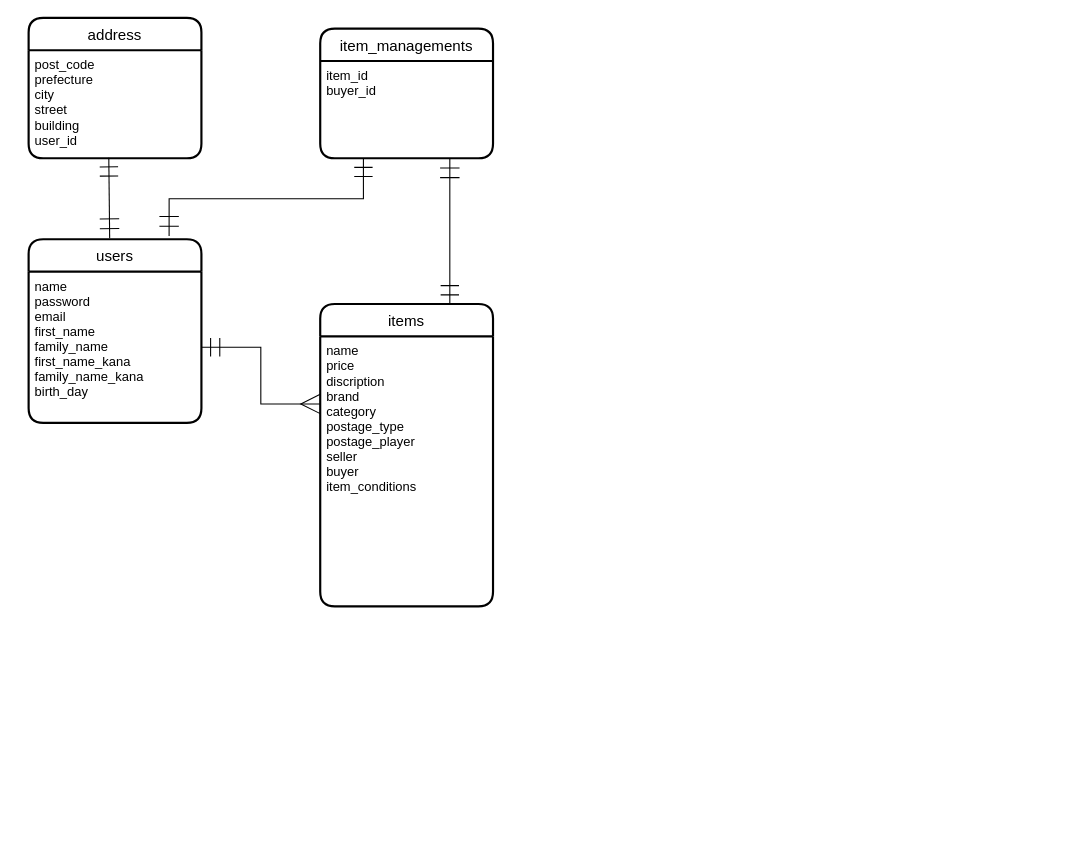
Earlier version of the draw.io diagram test.dio (hayakawanaotaka/furima-30951). Source tidied: cells renumbered, new cells numbered last; positions are measured from the earlier drawing's top-left corner, leaving out a move shared by most shapes. Both pictures are drawn from the tidied source at 108%, with x=0, y=0 at pixel (28, 17).
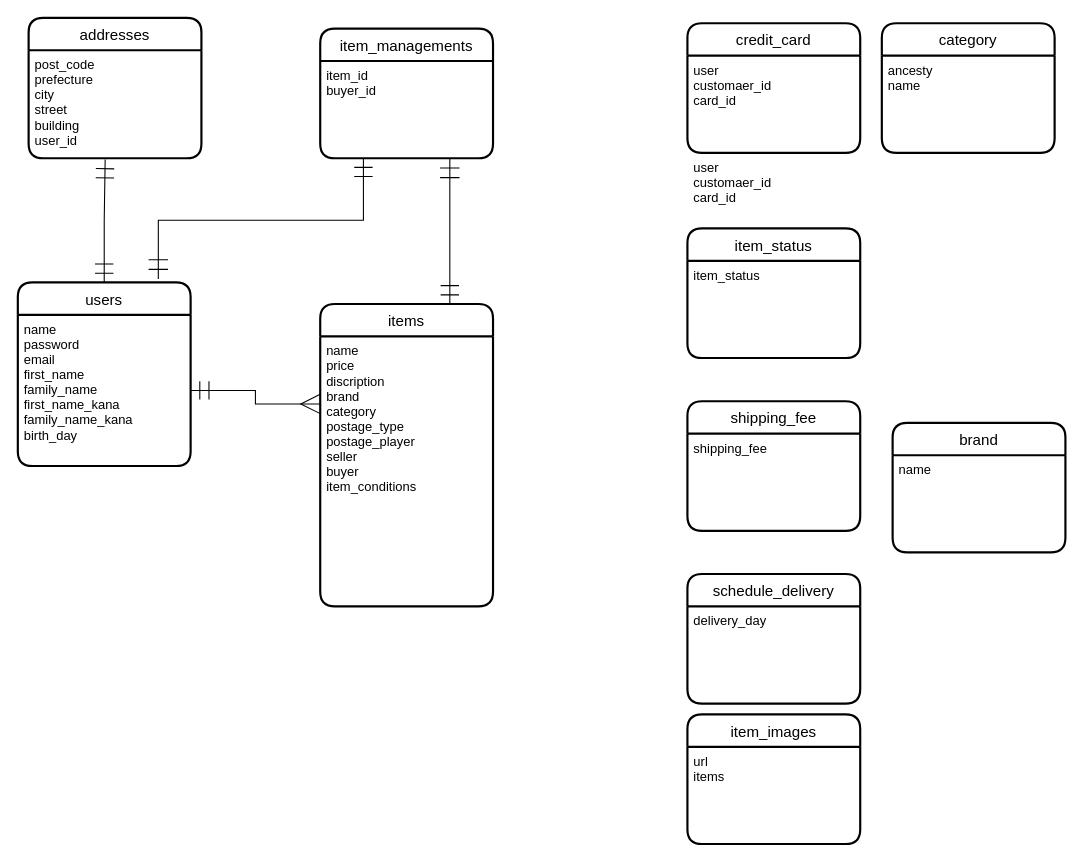
Above is the later version.

Unchanged cells that the change refers to:
```xml
<mxCell id="8" value="post_code&#10;prefecture&#10;city&#10;street&#10;building&#10;user_id" style="align=left;strokeColor=none;fillColor=none;spacingLeft=4;fontSize=12;verticalAlign=top;" parent="7" vertex="1">
  <mxGeometry y="30" width="160" height="100" as="geometry" />
</mxCell>
```

What changed in the source:
```diff
@@
     <mxCell id="2" value="users" style="swimlane;horizontal=1;startSize=30;rounded=1;fontSize=14;fontStyle=0;strokeWidth=2;shadow=0;dashed=0;align=center;" parent="1" vertex="1">
-      <mxGeometry y="205" width="160" height="170" as="geometry" />
+      <mxGeometry x="-10" y="245" width="160" height="170" as="geometry" />
     </mxCell>
@@
+    <mxCell id="14" style="edgeStyle=orthogonalEdgeStyle;rounded=0;jettySize=auto;html=1;exitX=0.5;exitY=0;exitDx=0;exitDy=0;entryX=0.443;entryY=1.012;entryDx=0;entryDy=0;startArrow=ERmandOne;startFill=0;startSize=15;endArrow=ERmandOne;endFill=0;endSize=15;entryPerimeter=0;" parent="1" edge="1" source="2" target="8">
+      <mxGeometry relative="1" as="geometry" />
+    </mxCell>
@@
-    <mxCell id="7" value="address" style="swimlane;horizontal=1;startSize=30;rounded=1;fontSize=14;fontStyle=0;strokeWidth=2;shadow=0;dashed=0;align=center;" parent="1" vertex="1">
+    <mxCell id="7" value="addresses" style="swimlane;horizontal=1;startSize=30;rounded=1;fontSize=14;fontStyle=0;strokeWidth=2;shadow=0;dashed=0;align=center;" parent="1" vertex="1">
       <mxGeometry width="160" height="130" as="geometry" />
     </mxCell>
@@
-    <mxCell id="11" style="rounded=0;jettySize=auto;html=1;exitX=0.464;exitY=0.995;exitDx=0;exitDy=0;entryX=0.469;entryY=-0.005;entryDx=0;entryDy=0;entryPerimeter=0;startArrow=ERmandOne;startFill=0;endArrow=ERmandOne;endFill=0;endSize=16;startSize=15;strokeWidth=1;exitPerimeter=0;" parent="1" edge="1" source="8" target="2">
+    <mxCell id="11" style="rounded=0;orthogonalLoop=1;jettySize=auto;html=1;exitX=0.464;exitY=0.995;exitDx=0;exitDy=0;entryX=0.469;entryY=-0.005;entryDx=0;entryDy=0;entryPerimeter=0;startArrow=ERmandOne;startFill=0;endArrow=ERmandOne;endFill=0;endSize=16;startSize=15;strokeWidth=1;exitPerimeter=0;" parent="1" edge="1">
       <mxGeometry relative="1" as="geometry" />
     </mxCell>
+    <mxCell id="15" style="rounded=0;jettySize=auto;html=1;exitX=1;exitY=0.5;exitDx=0;exitDy=0;entryX=0;entryY=0.5;entryDx=0;entryDy=0;startArrow=ERmandOne;startFill=0;startSize=15;endArrow=ERmany;endFill=0;endSize=15;" parent="1" edge="1" source="7" target="11">
+      <mxGeometry relative="1" as="geometry" />
+    </mxCell>
@@
+    <mxCell id="16" value="schedule_delivery" style="swimlane;horizontal=1;startSize=30;rounded=1;fontSize=14;fontStyle=0;strokeWidth=2;shadow=0;dashed=0;align=center;" parent="1" vertex="1">
+      <mxGeometry x="610" y="515" width="160" height="120" as="geometry" />
+    </mxCell>
+    <mxCell id="17" value="delivery_day" style="align=left;strokeColor=none;fillColor=none;spacingLeft=4;fontSize=12;verticalAlign=top;" parent="16" vertex="1">
+      <mxGeometry y="30" width="160" height="90" as="geometry" />
+    </mxCell>
+    <mxCell id="18" value="item_status" style="swimlane;horizontal=1;startSize=30;rounded=1;fontSize=14;fontStyle=0;strokeWidth=2;shadow=0;dashed=0;align=center;" parent="1" vertex="1">
+      <mxGeometry x="610" y="195" width="160" height="120" as="geometry" />
+    </mxCell>
+    <mxCell id="19" value="item_status" style="align=left;strokeColor=none;fillColor=none;spacingLeft=4;fontSize=12;verticalAlign=top;" parent="18" vertex="1">
+      <mxGeometry y="30" width="160" height="90" as="geometry" />
+    </mxCell>
+    <mxCell id="20" value="shipping_fee" style="swimlane;horizontal=1;startSize=30;rounded=1;fontSize=14;fontStyle=0;strokeWidth=2;shadow=0;dashed=0;align=center;" parent="1" vertex="1">
+      <mxGeometry x="610" y="355" width="160" height="120" as="geometry" />
+    </mxCell>
+    <mxCell id="21" value="shipping_fee" style="align=left;strokeColor=none;fillColor=none;spacingLeft=4;fontSize=12;verticalAlign=top;" parent="20" vertex="1">
+      <mxGeometry y="30" width="160" height="90" as="geometry" />
+    </mxCell>
+    <mxCell id="22" value="brand" style="swimlane;horizontal=1;startSize=30;rounded=1;fontSize=14;fontStyle=0;strokeWidth=2;shadow=0;dashed=0;align=center;" parent="1" vertex="1">
+      <mxGeometry x="800" y="375" width="160" height="120" as="geometry" />
+    </mxCell>
+    <mxCell id="23" value="name" style="align=left;strokeColor=none;fillColor=none;spacingLeft=4;fontSize=12;verticalAlign=top;" parent="22" vertex="1">
+      <mxGeometry y="30" width="160" height="90" as="geometry" />
+    </mxCell>
+    <mxCell id="24" value="category" style="swimlane;horizontal=1;startSize=30;rounded=1;fontSize=14;fontStyle=0;strokeWidth=2;shadow=0;dashed=0;align=center;" parent="1" vertex="1">
+      <mxGeometry x="790" y="5" width="160" height="120" as="geometry" />
+    </mxCell>
+    <mxCell id="25" value="ancesty&#10;name" style="align=left;strokeColor=none;fillColor=none;spacingLeft=4;fontSize=12;verticalAlign=top;" parent="24" vertex="1">
+      <mxGeometry y="30" width="160" height="90" as="geometry" />
+    </mxCell>
+    <mxCell id="26" style="rounded=0;jettySize=auto;html=1;exitX=0.5;exitY=0;exitDx=0;exitDy=0;entryX=0.5;entryY=1;entryDx=0;entryDy=0;startArrow=ERmany;startFill=0;startSize=15;endArrow=ERmandOne;endFill=0;endSize=15;" parent="1" edge="1" source="27" target="11">
+      <mxGeometry relative="1" as="geometry" />
+    </mxCell>
+    <mxCell id="27" value="item_images" style="swimlane;horizontal=1;startSize=30;rounded=1;fontSize=14;fontStyle=0;strokeWidth=2;shadow=0;dashed=0;align=center;" parent="1" vertex="1">
+      <mxGeometry x="610" y="645" width="160" height="120" as="geometry" />
+    </mxCell>
+    <mxCell id="28" value="url&#10;items" style="align=left;strokeColor=none;fillColor=none;spacingLeft=4;fontSize=12;verticalAlign=top;" parent="27" vertex="1">
+      <mxGeometry y="30" width="160" height="90" as="geometry" />
+    </mxCell>
+    <mxCell id="29" value="credit_card" style="swimlane;horizontal=1;startSize=30;rounded=1;fontSize=14;fontStyle=0;strokeWidth=2;shadow=0;dashed=0;align=center;" parent="1" vertex="1">
+      <mxGeometry x="610" y="5" width="160" height="120" as="geometry" />
+    </mxCell>
+    <mxCell id="30" value="user&#10;customaer_id&#10;card_id" style="align=left;strokeColor=none;fillColor=none;spacingLeft=4;fontSize=12;verticalAlign=top;" parent="29" vertex="1">
+      <mxGeometry y="30" width="160" height="90" as="geometry" />
+    </mxCell>
+    <mxCell id="31" value="user&#10;customaer_id&#10;card_id" style="align=left;strokeColor=none;fillColor=none;spacingLeft=4;fontSize=12;verticalAlign=top;" parent="29" vertex="1">
+      <mxGeometry y="120" width="160" as="geometry" />
+    </mxCell>
```
